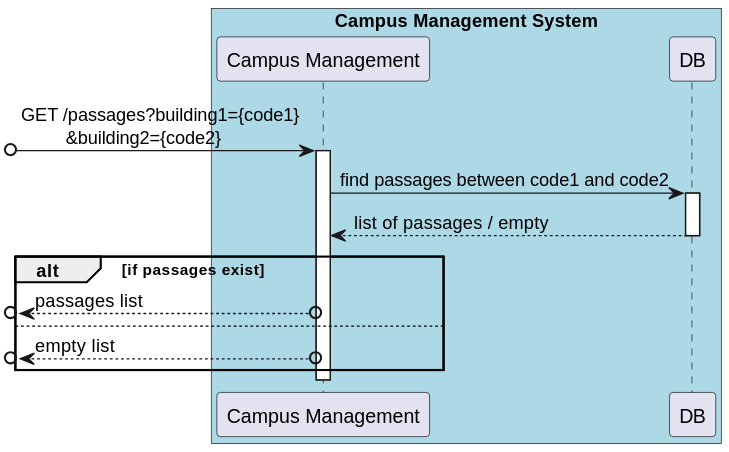
winqus/RobDroneGo keeps this PlantUML diagram as docs/US/ID-260/SD Lv2.svg. Above is the earlier version.
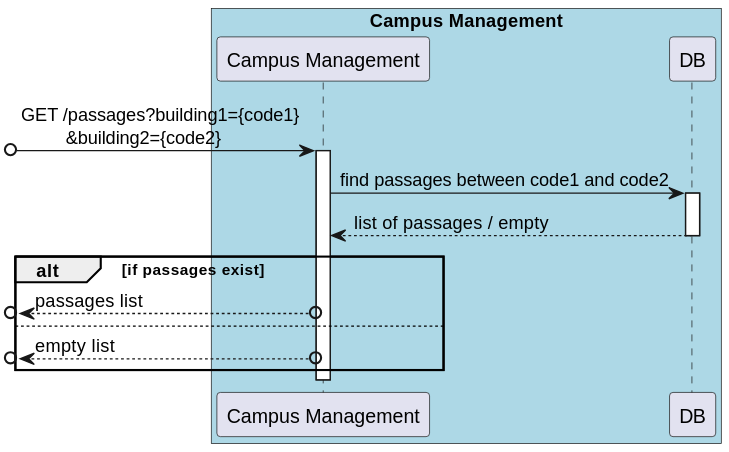
After the change.

The edit, as a diff of the source:
```diff
@@ -1,6 +1,6 @@
 @startuml SD Lv2
 
-box "Campus Management System" #LightBlue
+box "Campus Management" #LightBlue
     participant "Campus Management" as Campus
     participant "DB" as DB
 end box
```
